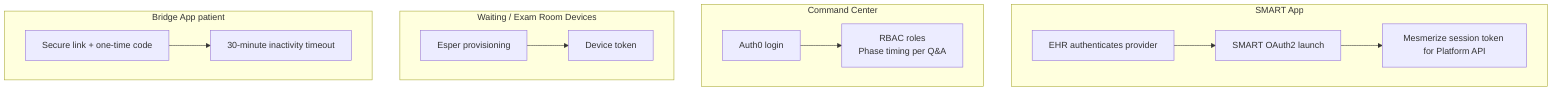
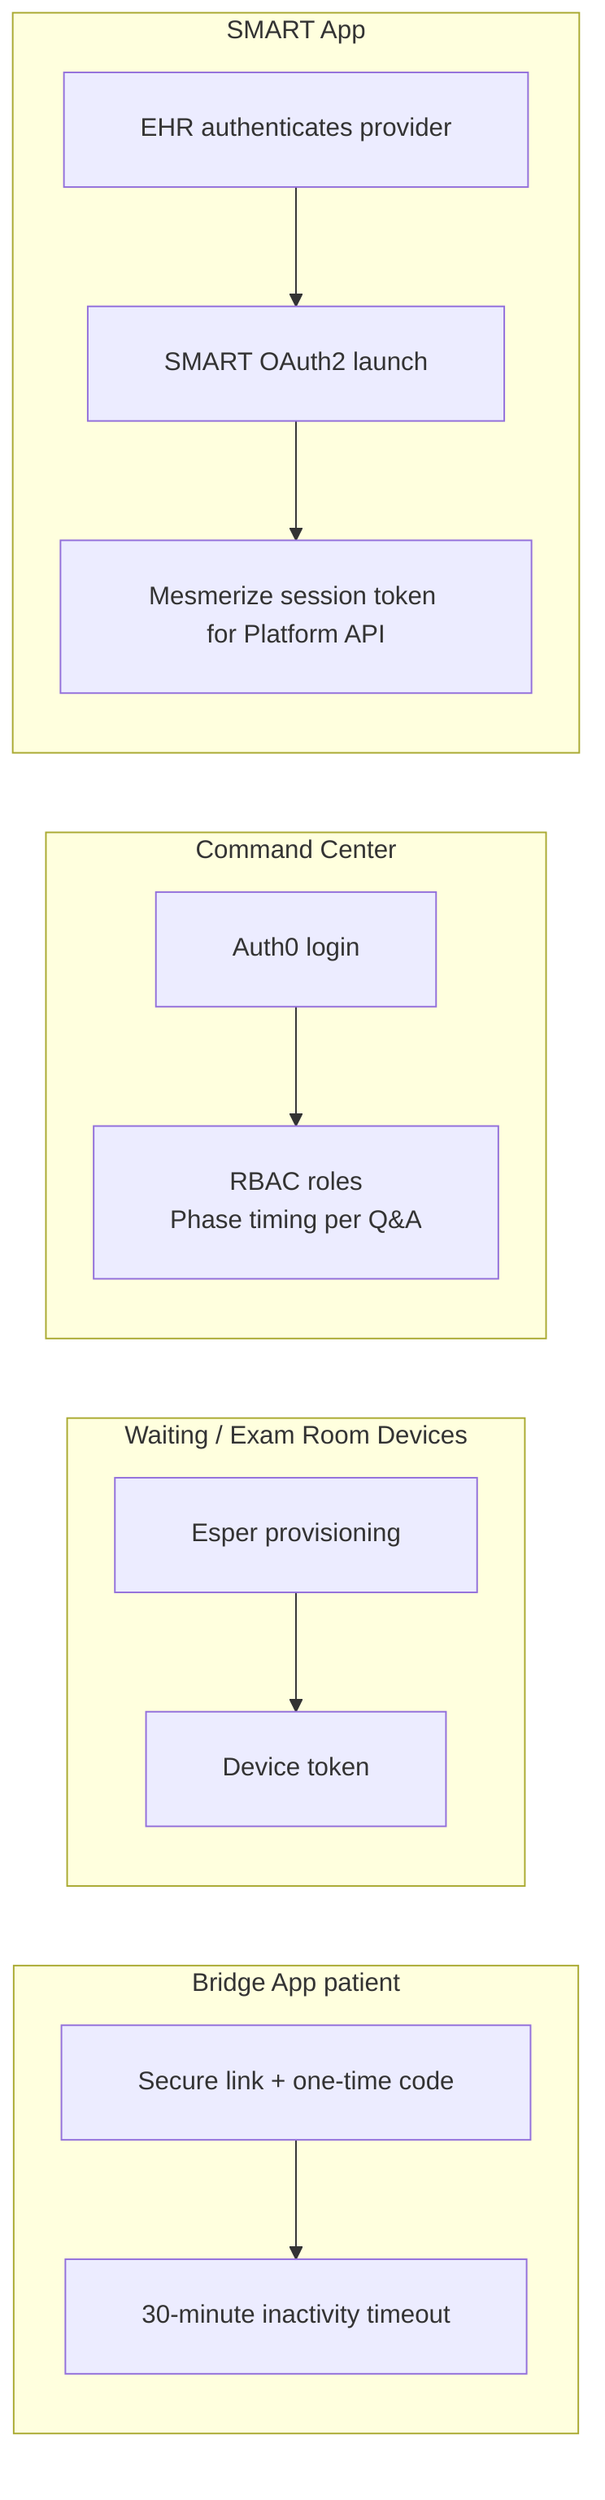
+ %%{init: {'themeVariables': { 'fontSize': '16px' }, 'flowchart': { 'padding': 24, 'nodeSpacing': 40, 'rankSpacing': 50 }}}%%
%% Auth model
%% Source: Architecture Security Architecture + Mesmerize Q&A roles
flowchart TB
  subgraph SMARTAUTH["SMART App"]
+     direction TB
    EHRAuth["EHR authenticates provider"]
    Launch["SMART OAuth2 launch"]
    Sess["Mesmerize session token for Platform API"]
    EHRAuth --> Launch --> Sess
  end

  subgraph CC["Command Center"]
+     direction TB
    Auth0["Auth0 login"]
-     RBAC["RBAC roles\nPhase timing per Q&A"]
+     RBAC["RBAC roles<br/>Phase timing per Q&amp;A"]
    Auth0 --> RBAC
  end

  subgraph DEVICES["Waiting / Exam Room Devices"]
+     direction TB
    Esper["Esper provisioning"]
    DTok["Device token"]
    Esper --> DTok
  end

  subgraph BRIDGE["Bridge App patient"]
+     direction TB
    Link["Secure link + one-time code"]
    TO["30-minute inactivity timeout"]
    Link --> TO
  end
+ 
+   %% Stack surfaces vertically (layout only; auth paths stay independent)
+   SMARTAUTH ~~~ CC
+   CC ~~~ DEVICES
+   DEVICES ~~~ BRIDGE
